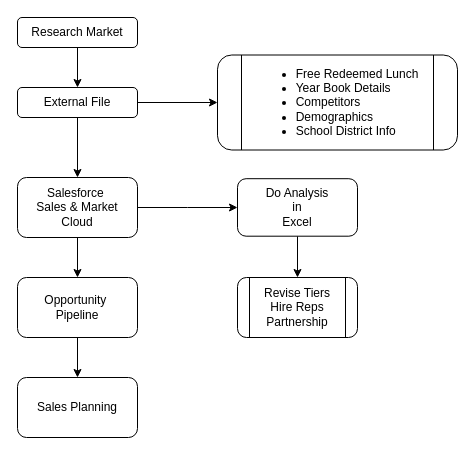
The draw.io diagram page "RM" (2 of 11) of 11.drawio in ai-next-zen/diagrams, before the edit. Source tidied: cells renumbered, new cells numbered last; positions are measured from the earlier drawing's top-left corner, leaving out a move shared by most shapes. Both pictures are drawn from the tidied source at 100%, with x=0, y=0 at pixel (17, 17).
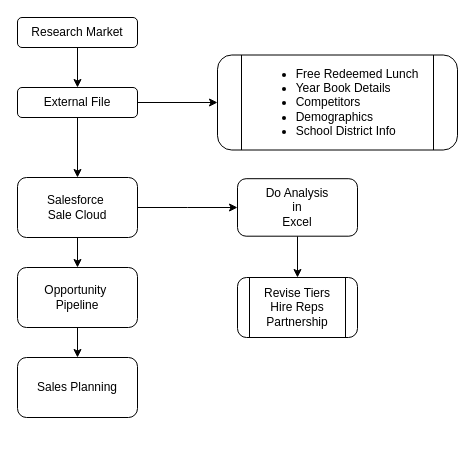
Above is the later version.

The edit, as a diff of the source:
```diff
@@
 <mxGraphModel>
   <root>
     <mxCell id="0" />
     <mxCell id="1" parent="0" />
     <mxCell id="2" style="edgeStyle=orthogonalEdgeStyle;rounded=0;jettySize=auto;html=1;entryX=0.5;entryY=0;entryDx=0;entryDy=0;" parent="1" edge="1" source="3" target="6">
       <mxGeometry relative="1" as="geometry" />
     </mxCell>
     <mxCell id="3" value="Research Market" style="rounded=1;whiteSpace=wrap;html=1;" parent="1" vertex="1">
       <mxGeometry width="120" height="30" as="geometry" />
     </mxCell>
     <mxCell id="4" style="edgeStyle=orthogonalEdgeStyle;rounded=0;jettySize=auto;html=1;" parent="1" edge="1" source="6" target="7">
       <mxGeometry relative="1" as="geometry" />
     </mxCell>
     <mxCell id="5" style="edgeStyle=orthogonalEdgeStyle;rounded=0;jettySize=auto;html=1;" parent="1" edge="1" source="6" target="12">
       <mxGeometry relative="1" as="geometry" />
     </mxCell>
     <mxCell id="6" value="External File" style="rounded=1;whiteSpace=wrap;html=1;" parent="1" vertex="1">
       <mxGeometry y="70" width="120" height="30" as="geometry" />
     </mxCell>
     <mxCell id="7" value="&lt;ul&gt;&lt;li&gt;Free Redeemed Lunch&lt;/li&gt;&lt;li style=&quot;text-align: left;&quot;&gt;Year Book Details&lt;/li&gt;&lt;li style=&quot;text-align: left;&quot;&gt;&lt;span style=&quot;background-color: transparent; color: light-dark(rgb(0, 0, 0), rgb(255, 255, 255));&quot;&gt;Competitors&lt;/span&gt;&lt;/li&gt;&lt;li style=&quot;text-align: left;&quot;&gt;&lt;span style=&quot;background-color: transparent; color: light-dark(rgb(0, 0, 0), rgb(255, 255, 255));&quot;&gt;Demographics&lt;/span&gt;&lt;/li&gt;&lt;li style=&quot;text-align: left;&quot;&gt;&lt;span style=&quot;background-color: transparent; color: light-dark(rgb(0, 0, 0), rgb(255, 255, 255));&quot;&gt;School District Info&amp;nbsp;&lt;/span&gt;&lt;/li&gt;&lt;/ul&gt;" style="shape=process;whiteSpace=wrap;html=1;backgroundOutline=1;rounded=1;" parent="1" vertex="1">
       <mxGeometry x="200" y="37.5" width="240" height="95" as="geometry" />
     </mxCell>
     <mxCell id="8" style="edgeStyle=orthogonalEdgeStyle;rounded=0;jettySize=auto;html=1;" parent="1" edge="1" source="9" target="13">
       <mxGeometry relative="1" as="geometry" />
     </mxCell>
     <mxCell id="9" value="Do Analysis&lt;div&gt;in&lt;/div&gt;&lt;div&gt;Excel&lt;/div&gt;" style="whiteSpace=wrap;html=1;rounded=1;" parent="1" vertex="1">
       <mxGeometry x="220" y="161.2" width="120" height="57.5" as="geometry" />
     </mxCell>
     <mxCell id="10" style="edgeStyle=orthogonalEdgeStyle;rounded=0;jettySize=auto;html=1;" parent="1" edge="1" source="12" target="9">
       <mxGeometry relative="1" as="geometry" />
     </mxCell>
     <mxCell id="11" style="edgeStyle=orthogonalEdgeStyle;rounded=0;jettySize=auto;html=1;" parent="1" edge="1" source="12" target="15">
       <mxGeometry relative="1" as="geometry" />
     </mxCell>
-    <mxCell id="12" value="Salesforce&amp;nbsp;&lt;div&gt;Sales &amp;amp; Market&lt;/div&gt;&lt;div&gt;Cloud&lt;/div&gt;" style="whiteSpace=wrap;html=1;rounded=1;" parent="1" vertex="1">
+    <mxCell id="12" value="Salesforce&amp;nbsp;&lt;div&gt;Sale Cloud&lt;/div&gt;" style="whiteSpace=wrap;html=1;rounded=1;" parent="1" vertex="1">
       <mxGeometry y="160" width="120" height="60" as="geometry" />
     </mxCell>
     <mxCell id="13" value="Revise Tiers&lt;div&gt;Hire Reps&lt;/div&gt;&lt;div&gt;Partnership&lt;/div&gt;" style="shape=process;whiteSpace=wrap;html=1;backgroundOutline=1;rounded=1;" parent="1" vertex="1">
       <mxGeometry x="220" y="260" width="120" height="60" as="geometry" />
     </mxCell>
     <mxCell id="14" style="edgeStyle=orthogonalEdgeStyle;rounded=0;jettySize=auto;html=1;" parent="1" edge="1" source="15" target="16">
       <mxGeometry relative="1" as="geometry" />
     </mxCell>
     <mxCell id="15" value="Opportunity&amp;nbsp;&lt;div&gt;Pipeline&lt;/div&gt;" style="whiteSpace=wrap;html=1;rounded=1;" parent="1" vertex="1">
-      <mxGeometry y="260" width="120" height="60" as="geometry" />
+      <mxGeometry y="250" width="120" height="60" as="geometry" />
     </mxCell>
     <mxCell id="16" value="&lt;div&gt;Sales Planning&lt;/div&gt;" style="whiteSpace=wrap;html=1;rounded=1;" parent="1" vertex="1">
-      <mxGeometry y="360" width="120" height="60" as="geometry" />
+      <mxGeometry y="340" width="120" height="60" as="geometry" />
     </mxCell>
   </root>
 </mxGraphModel>
```
